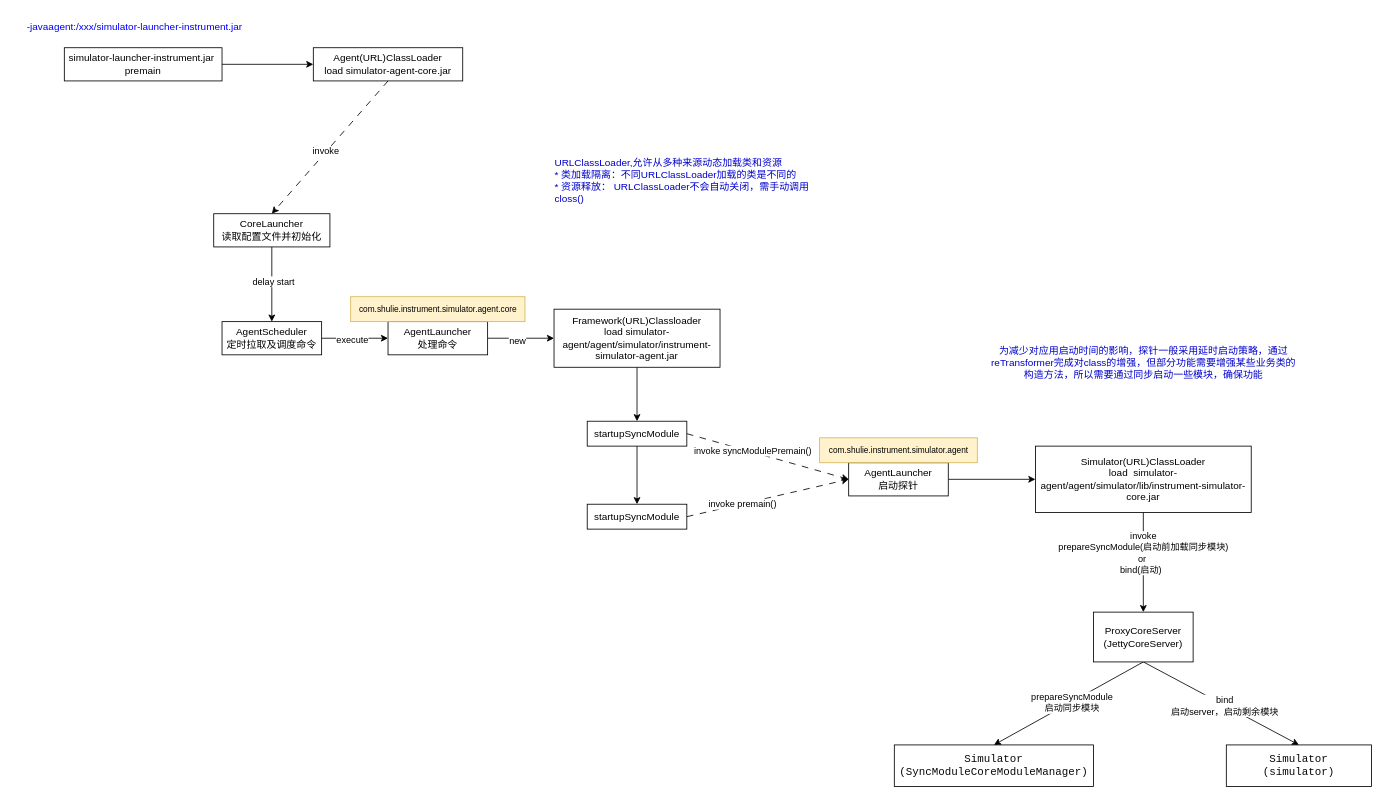
Above: com.guann1n9.diagrams/link_agent.drawio in GuanN1ng/diagrams (draw.io), before the change. Source tidied: cells renumbered, new cells numbered last; positions are measured from the earlier drawing's top-left corner, leaving out a move shared by most shapes. Both pictures are drawn from the tidied source at 83%, with x=0, y=0 at pixel (14, 14).
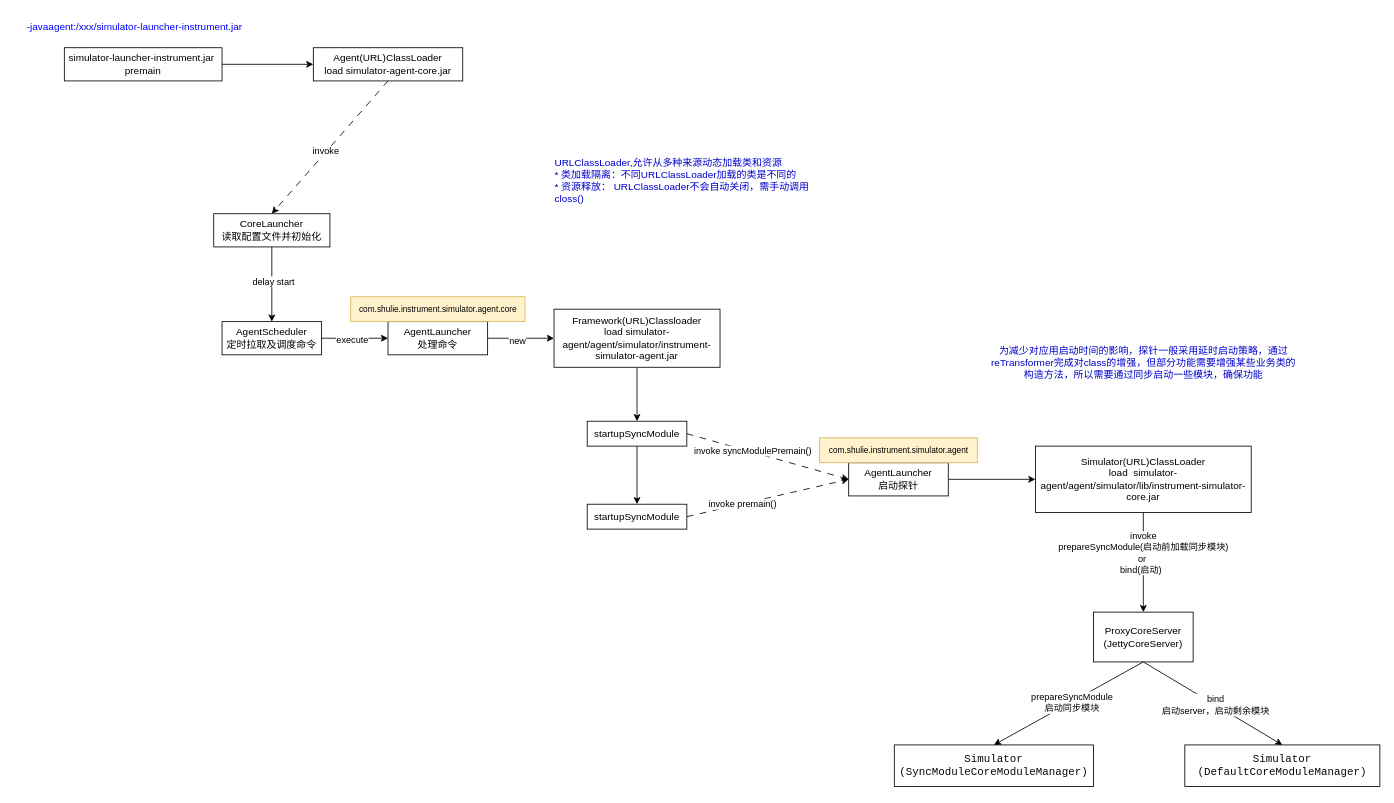
The same page after the edit.

What changed in the source:
```diff
@@
-    <mxCell id="40" value="&lt;div style=&quot;background-color: rgb(255, 255, 255); color: rgb(8, 8, 8);&quot;&gt;&lt;pre style=&quot;font-family:'JetBrains Mono',monospace;font-size:9.8pt;&quot;&gt;Simulator&lt;br&gt;(simulator)&lt;br&gt;&lt;/pre&gt;&lt;/div&gt;" style="rounded=0;whiteSpace=wrap;html=1;" parent="1" vertex="1">
-      <mxGeometry x="1460" y="880" width="175" height="50" as="geometry" />
+    <mxCell id="40" value="&lt;div style=&quot;background-color: rgb(255, 255, 255); color: rgb(8, 8, 8);&quot;&gt;&lt;pre style=&quot;font-family:'JetBrains Mono',monospace;font-size:9.8pt;&quot;&gt;Simulator&lt;br&gt;(DefaultCoreModuleManager)&lt;br&gt;&lt;/pre&gt;&lt;/div&gt;" style="rounded=0;whiteSpace=wrap;html=1;" parent="1" vertex="1">
+      <mxGeometry x="1410" y="880" width="235" height="50" as="geometry" />
     </mxCell>
```
